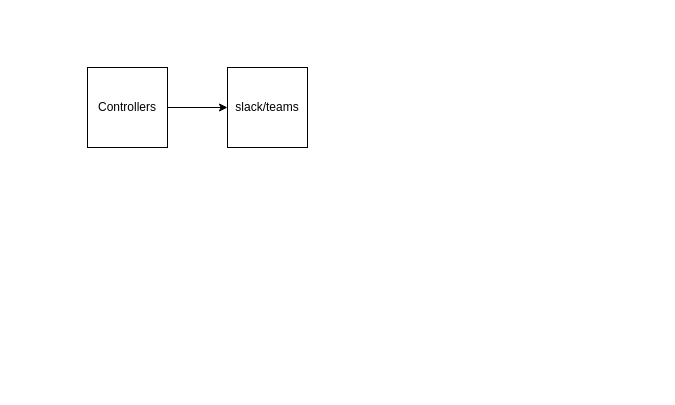
The draw.io diagram minikube/flux/Tutorials/arch.drawio in ranjith-ka/Devops, before the edit. Source tidied: cells renumbered, new cells numbered last; positions are measured from the earlier drawing's top-left corner, leaving out a move shared by most shapes. Both pictures are drawn from the tidied source at 100%, with x=0, y=0 at pixel (87, 67).
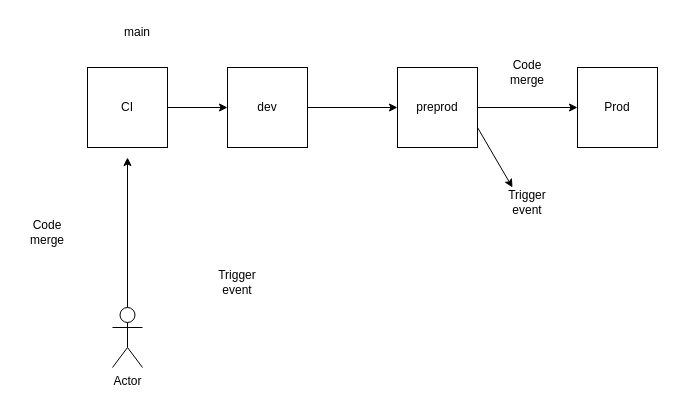
The same diagram, later.

Commit message (it also covers changes not shown here):
Test policy for gitops

What changed in the source:
```diff
@@
 <mxGraphModel>
   <root>
     <mxCell id="0" />
     <mxCell id="1" parent="0" />
     <mxCell id="2" style="edgeStyle=none;html=1;exitX=1;exitY=0.5;exitDx=0;exitDy=0;" parent="1" edge="1" source="3">
       <mxGeometry relative="1" as="geometry">
         <mxPoint x="140" y="40" as="targetPoint" />
       </mxGeometry>
     </mxCell>
-    <mxCell id="3" value="Controllers" style="whiteSpace=wrap;html=1;" parent="1" vertex="1">
+    <mxCell id="3" value="CI" style="whiteSpace=wrap;html=1;" parent="1" vertex="1">
       <mxGeometry width="80" height="80" as="geometry" />
     </mxCell>
+    <mxCell id="5" style="edgeStyle=none;html=1;entryX=0;entryY=0.5;entryDx=0;entryDy=0;" parent="1" edge="1" source="4" target="10">
+      <mxGeometry relative="1" as="geometry" />
+    </mxCell>
-    <mxCell id="4" value="slack/teams" style="whiteSpace=wrap;html=1;" parent="1" vertex="1">
+    <mxCell id="4" value="dev" style="whiteSpace=wrap;html=1;" parent="1" vertex="1">
       <mxGeometry x="140" width="80" height="80" as="geometry" />
     </mxCell>
+    <mxCell id="6" style="edgeStyle=none;html=1;" parent="1" edge="1" source="7">
+      <mxGeometry relative="1" as="geometry">
+        <mxPoint x="40" y="90" as="targetPoint" />
+      </mxGeometry>
+    </mxCell>
+    <mxCell id="7" value="Actor" style="shape=umlActor;verticalLabelPosition=bottom;verticalAlign=top;html=1;outlineConnect=0;" parent="1" vertex="1">
+      <mxGeometry x="25" y="240" width="30" height="60" as="geometry" />
+    </mxCell>
+    <mxCell id="8" style="edgeStyle=none;html=1;entryX=0;entryY=0.5;entryDx=0;entryDy=0;" parent="1" edge="1" source="10" target="12">
+      <mxGeometry relative="1" as="geometry" />
+    </mxCell>
+    <mxCell id="9" style="edgeStyle=none;html=1;exitX=1;exitY=0.75;exitDx=0;exitDy=0;entryX=0.25;entryY=0;entryDx=0;entryDy=0;" parent="1" edge="1" source="10" target="14">
+      <mxGeometry relative="1" as="geometry" />
+    </mxCell>
+    <mxCell id="10" value="preprod" style="whiteSpace=wrap;html=1;" parent="1" vertex="1">
+      <mxGeometry x="310" width="80" height="80" as="geometry" />
+    </mxCell>
+    <mxCell id="11" value="Code merge" style="text;html=1;strokeColor=none;fillColor=none;align=center;verticalAlign=middle;whiteSpace=wrap;rounded=0;" parent="1" vertex="1">
+      <mxGeometry x="-70" y="150" width="60" height="30" as="geometry" />
+    </mxCell>
+    <mxCell id="12" value="Prod" style="whiteSpace=wrap;html=1;" parent="1" vertex="1">
+      <mxGeometry x="490" width="80" height="80" as="geometry" />
+    </mxCell>
+    <mxCell id="13" value="Trigger event" style="text;html=1;strokeColor=none;fillColor=none;align=center;verticalAlign=middle;whiteSpace=wrap;rounded=0;" parent="1" vertex="1">
+      <mxGeometry x="120" y="200" width="60" height="30" as="geometry" />
+    </mxCell>
+    <mxCell id="14" value="Trigger event" style="text;html=1;strokeColor=none;fillColor=none;align=center;verticalAlign=middle;whiteSpace=wrap;rounded=0;" parent="1" vertex="1">
+      <mxGeometry x="410" y="120" width="60" height="30" as="geometry" />
+    </mxCell>
+    <mxCell id="15" value="main" style="text;html=1;strokeColor=none;fillColor=none;align=center;verticalAlign=middle;whiteSpace=wrap;rounded=0;" parent="1" vertex="1">
+      <mxGeometry x="20" y="-50" width="60" height="30" as="geometry" />
+    </mxCell>
+    <mxCell id="16" value="Code merge" style="text;html=1;strokeColor=none;fillColor=none;align=center;verticalAlign=middle;whiteSpace=wrap;rounded=0;" parent="1" vertex="1">
+      <mxGeometry x="410" y="-10" width="60" height="30" as="geometry" />
+    </mxCell>
   </root>
 </mxGraphModel>
```
